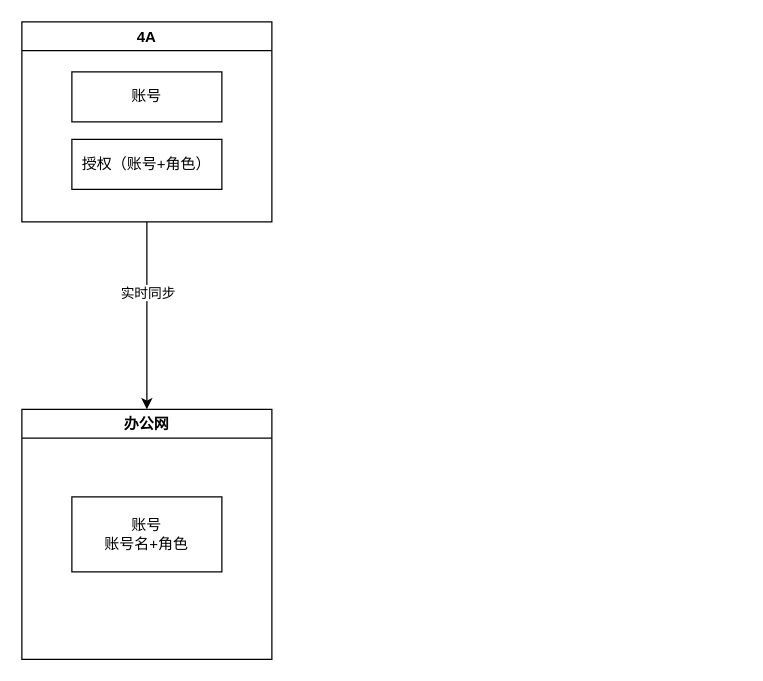
The draw.io diagram page "方案一" (1 of 2) of 系统功能流程图/办公网.drawio in 158698706/tt4a, before the edit. Source tidied: cells renumbered, new cells numbered last; positions are measured from the earlier drawing's top-left corner, leaving out a move shared by most shapes. Both pictures are drawn from the tidied source at 125%, with x=0, y=0 at pixel (21, 21).
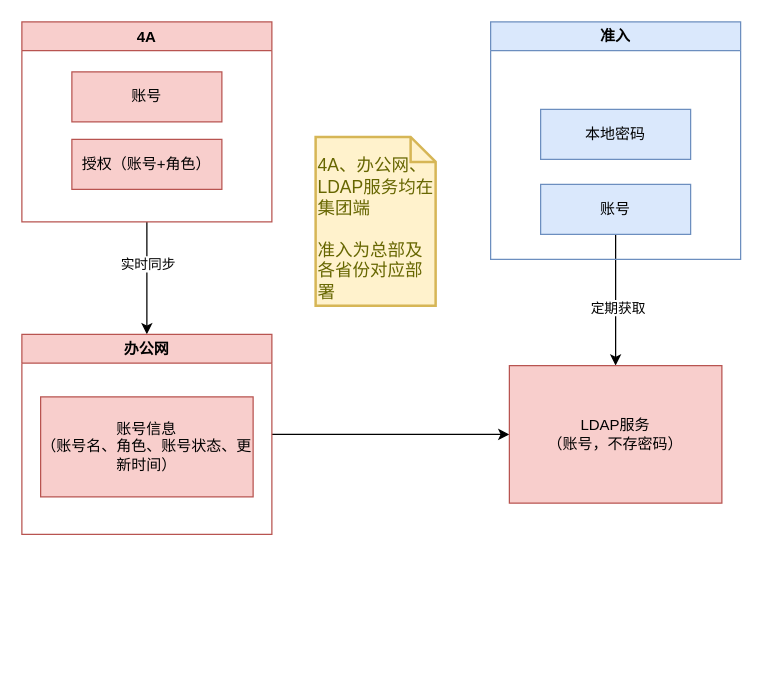
The same page after the edit.

Commit message (it also covers changes not shown here):
更新办公网.drawio

Diff of the diagram source:
```diff
@@
 <mxGraphModel>
   <root>
     <mxCell id="0" />
     <mxCell id="1" parent="0" />
     <mxCell id="2" style="edgeStyle=orthogonalEdgeStyle;rounded=0;jettySize=auto;html=1;entryX=0.5;entryY=0;entryDx=0;entryDy=0;" parent="1" edge="1" source="4" target="7">
       <mxGeometry relative="1" as="geometry" />
     </mxCell>
     <mxCell id="3" value="实时同步" style="edgeLabel;html=1;align=center;verticalAlign=middle;" parent="2" vertex="1">
       <mxGeometry x="-0.26" relative="1" as="geometry" />
     </mxCell>
-    <mxCell id="4" value="4A" style="swimlane;" parent="1" vertex="1">
+    <mxCell id="4" value="4A" style="swimlane;fillColor=#f8cecc;strokeColor=#b85450;" parent="1" vertex="1">
       <mxGeometry width="200" height="160" as="geometry" />
     </mxCell>
-    <mxCell id="5" value="账号" style="whiteSpace=wrap;html=1;" parent="4" vertex="1">
+    <mxCell id="5" value="账号" style="whiteSpace=wrap;html=1;fillColor=#f8cecc;strokeColor=#b85450;" parent="4" vertex="1">
       <mxGeometry x="40" y="40" width="120" height="40" as="geometry" />
     </mxCell>
-    <mxCell id="6" value="授权（账号+角色）" style="whiteSpace=wrap;html=1;" parent="4" vertex="1">
+    <mxCell id="6" value="授权（账号+角色）" style="whiteSpace=wrap;html=1;fillColor=#f8cecc;strokeColor=#b85450;" parent="4" vertex="1">
       <mxGeometry x="40" y="94" width="120" height="40" as="geometry" />
     </mxCell>
+    <mxCell id="9" style="edgeStyle=orthogonalEdgeStyle;rounded=0;jettySize=auto;html=1;exitX=1;exitY=0.5;exitDx=0;exitDy=0;entryX=0;entryY=0.5;entryDx=0;entryDy=0;" parent="1" edge="1" source="7" target="12">
+      <mxGeometry relative="1" as="geometry" />
+    </mxCell>
-    <mxCell id="7" value="办公网" style="swimlane;" parent="1" vertex="1">
-      <mxGeometry y="310" width="200" height="200" as="geometry" />
+    <mxCell id="7" value="办公网" style="swimlane;fillColor=#f8cecc;strokeColor=#b85450;" parent="1" vertex="1">
+      <mxGeometry y="250" width="200" height="160" as="geometry" />
     </mxCell>
-    <mxCell id="8" value="账号&lt;br&gt;账号名+角色" style="whiteSpace=wrap;html=1;" parent="7" vertex="1">
-      <mxGeometry x="40" y="70" width="120" height="60" as="geometry" />
+    <mxCell id="8" value="账号信息&lt;br&gt;（账号名、角色、账号状态、更新时间）" style="whiteSpace=wrap;html=1;fillColor=#f8cecc;strokeColor=#b85450;" parent="7" vertex="1">
+      <mxGeometry x="15" y="50" width="170" height="80" as="geometry" />
     </mxCell>
+    <mxCell id="10" style="edgeStyle=orthogonalEdgeStyle;rounded=0;jettySize=auto;html=1;entryX=0.5;entryY=1;entryDx=0;entryDy=0;startArrow=classic;startFill=1;endArrow=none;endFill=0;" parent="1" edge="1" source="12" target="14">
+      <mxGeometry relative="1" as="geometry" />
+    </mxCell>
+    <mxCell id="11" value="定期获取" style="edgeLabel;html=1;align=center;verticalAlign=middle;" parent="10" vertex="1">
+      <mxGeometry x="-0.1" y="-1" relative="1" as="geometry" />
+    </mxCell>
+    <mxCell id="12" value="LDAP服务&lt;br&gt;（账号，不存密码）" style="rounded=0;whiteSpace=wrap;html=1;fillColor=#f8cecc;strokeColor=#b85450;" parent="1" vertex="1">
+      <mxGeometry x="390" y="275" width="170" height="110" as="geometry" />
+    </mxCell>
+    <mxCell id="13" value="准入" style="swimlane;whiteSpace=wrap;html=1;fillColor=#dae8fc;strokeColor=#6c8ebf;" parent="1" vertex="1">
+      <mxGeometry x="375" width="200" height="190" as="geometry" />
+    </mxCell>
+    <mxCell id="14" value="账号" style="rounded=0;whiteSpace=wrap;html=1;fillColor=#dae8fc;strokeColor=#6c8ebf;" parent="13" vertex="1">
+      <mxGeometry x="40" y="130" width="120" height="40" as="geometry" />
+    </mxCell>
+    <mxCell id="15" value="本地密码" style="rounded=0;whiteSpace=wrap;html=1;fillColor=#dae8fc;strokeColor=#6c8ebf;" parent="13" vertex="1">
+      <mxGeometry x="40" y="70" width="120" height="40" as="geometry" />
+    </mxCell>
+    <mxCell id="16" value="&lt;br&gt;4A、办公网、LDAP服务均在集团端&lt;br&gt;&lt;br&gt;准入为总部及各省份对应部署" style="shape=note;strokeWidth=2;fontSize=14;size=20;whiteSpace=wrap;html=1;fillColor=#fff2cc;strokeColor=#d6b656;fontColor=#666600;align=left;verticalAlign=bottom;" parent="1" vertex="1">
+      <mxGeometry x="235" y="92" width="96" height="135" as="geometry" />
+    </mxCell>
   </root>
 </mxGraphModel>
```
